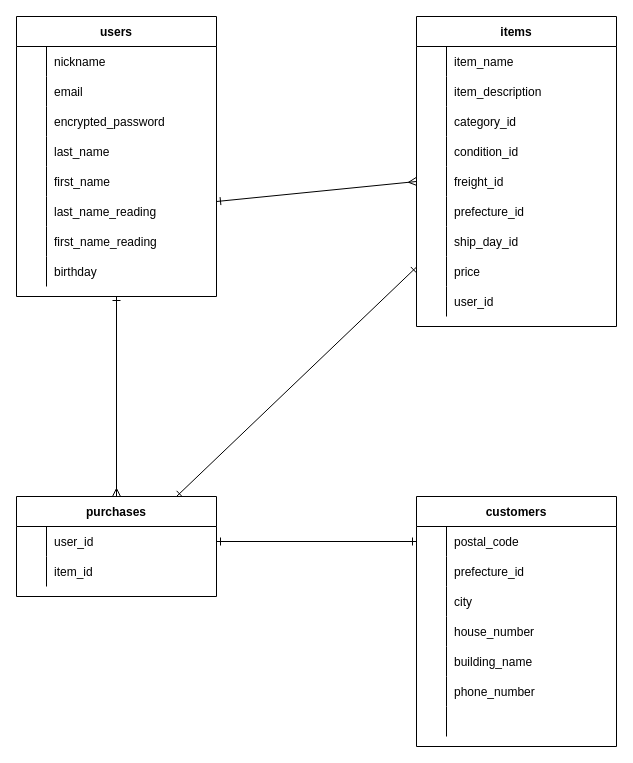
Above: er.dio in adpoppo/furima-38143 (draw.io), before the change. Source tidied: cells renumbered, new cells numbered last; positions are measured from the earlier drawing's top-left corner, leaving out a move shared by most shapes. Both pictures are drawn from the tidied source at 100%, with x=0, y=0 at pixel (16, 16).
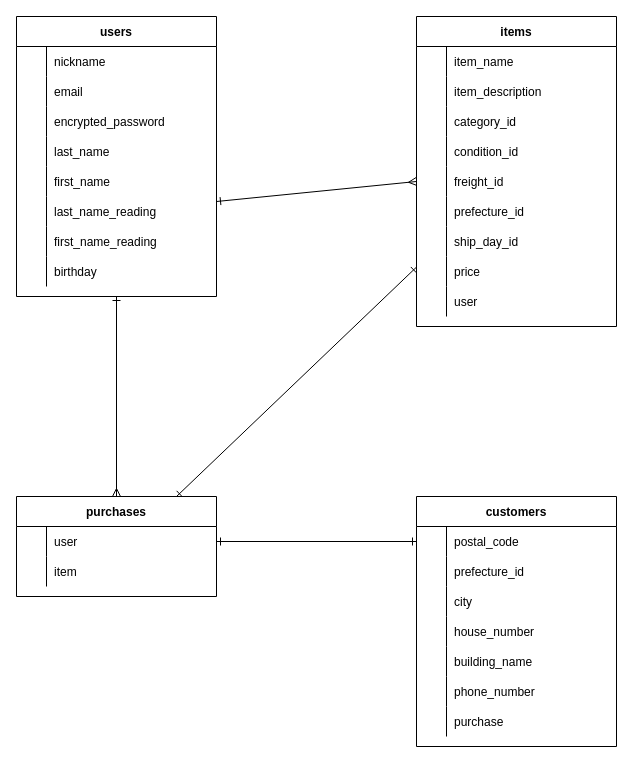
The same diagram, later.

Commit message (it also covers changes not shown here):
ER図とREADMEの修正#2

Unchanged cells that the change refers to:
```xml
<mxCell id="54" style="shape=partialRectangle;fillColor=none;top=0;left=0;bottom=0;right=0;" parent="29" vertex="1">
  <mxGeometry y="270" width="200" height="30" as="geometry" />
</mxCell>
<mxCell id="58" style="shape=partialRectangle;fillColor=none;top=0;left=0;bottom=0;right=0;points=[[0,0.5],[1,0.5]];portConstraint=eastwest;" parent="57" vertex="1">
  <mxGeometry y="30" width="200" height="30" as="geometry" />
</mxCell>
<mxCell id="61" style="shape=partialRectangle;fillColor=none;top=0;left=0;bottom=0;right=0;" parent="57" vertex="1">
  <mxGeometry y="60" width="200" height="30" as="geometry" />
</mxCell>
<mxCell id="83" style="shape=partialRectangle;fillColor=none;top=0;left=0;bottom=0;right=0;" parent="64" vertex="1">
  <mxGeometry y="210" width="200" height="30" as="geometry" />
</mxCell>
```

Diff of the diagram source:
```diff
@@
-    <mxCell id="56" value="user_id" style="shape=partialRectangle;fillColor=none;top=0;left=0;bottom=0;right=0;align=left;spacingLeft=6;overflow=hidden;" parent="54" vertex="1">
+    <mxCell id="56" value="user" style="shape=partialRectangle;fillColor=none;top=0;left=0;bottom=0;right=0;align=left;spacingLeft=6;overflow=hidden;" parent="54" vertex="1">
       <mxGeometry x="30" width="170" height="30" as="geometry" />
     </mxCell>
@@
-    <mxCell id="60" value="user_id" style="shape=partialRectangle;fillColor=none;top=0;left=0;bottom=0;right=0;align=left;spacingLeft=6;overflow=hidden;" parent="58" vertex="1">
+    <mxCell id="60" value="user" style="shape=partialRectangle;fillColor=none;top=0;left=0;bottom=0;right=0;align=left;spacingLeft=6;overflow=hidden;" parent="58" vertex="1">
       <mxGeometry x="30" width="170" height="30" as="geometry" />
     </mxCell>
@@
-    <mxCell id="63" value="item_id" style="shape=partialRectangle;fillColor=none;top=0;left=0;bottom=0;right=0;align=left;spacingLeft=6;overflow=hidden;" parent="61" vertex="1">
+    <mxCell id="63" value="item" style="shape=partialRectangle;fillColor=none;top=0;left=0;bottom=0;right=0;align=left;spacingLeft=6;overflow=hidden;" parent="61" vertex="1">
       <mxGeometry x="30" width="170" height="30" as="geometry" />
     </mxCell>
@@
-    <mxCell id="85" style="shape=partialRectangle;fillColor=none;top=0;left=0;bottom=0;right=0;align=left;spacingLeft=6;overflow=hidden;" parent="83" vertex="1">
+    <mxCell id="85" value="purchase" style="shape=partialRectangle;fillColor=none;top=0;left=0;bottom=0;right=0;align=left;spacingLeft=6;overflow=hidden;" parent="83" vertex="1">
       <mxGeometry x="30" width="170" height="30" as="geometry" />
     </mxCell>
```
